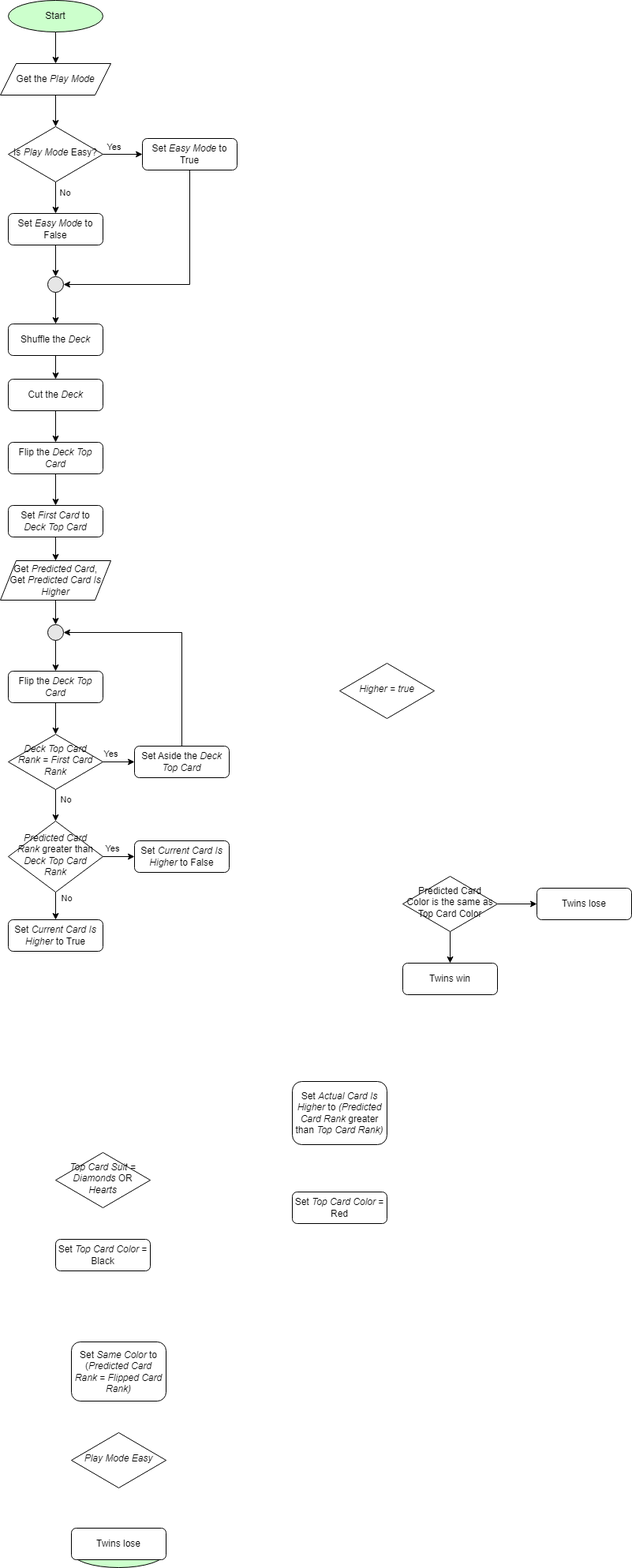
Before: Red_Black_High_Low.drawio.png, a diagram exported from draw.io (ferthelet/techlelevator). Source tidied: cells renumbered, new cells last; positions are measured from the earlier drawing's top-left corner, leaving out a move shared by most shapes.
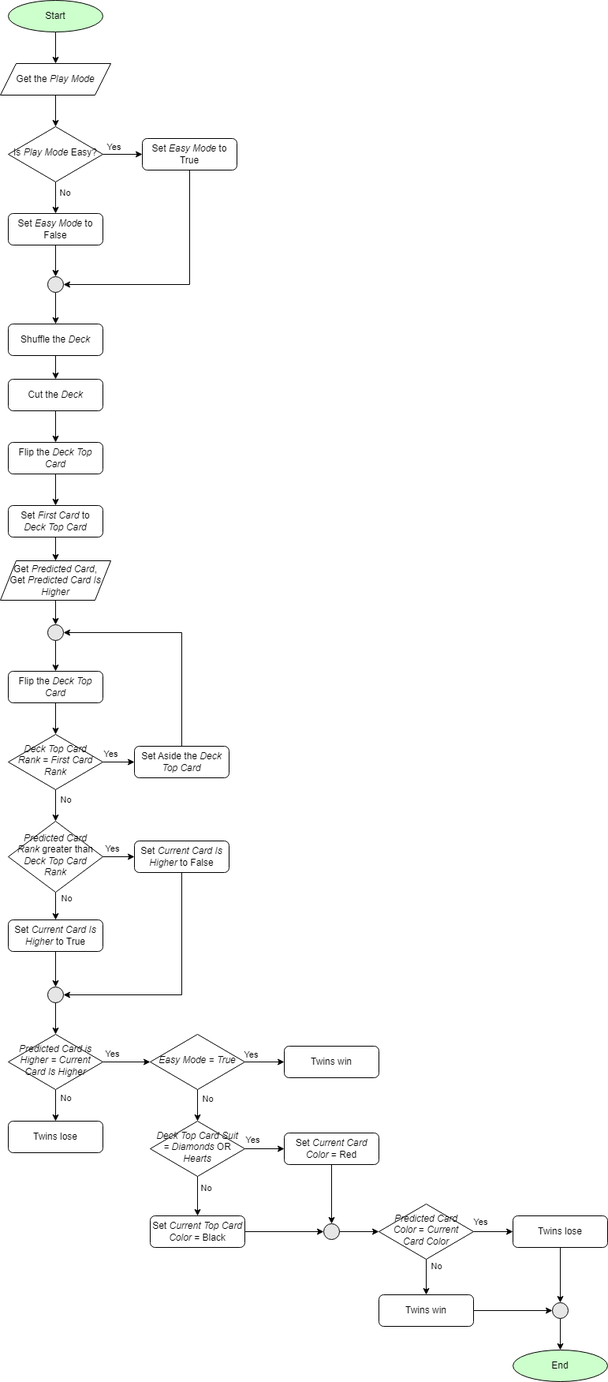
After the change.

What changed in the source:
```diff
@@ -82,23 +82,36 @@
     <mxCell id="25" value="Flip the &lt;i&gt;Deck Top Card&lt;/i&gt;" style="rounded=1;whiteSpace=wrap;html=1;fontSize=12;glass=0;strokeWidth=1;shadow=0;" parent="1" vertex="1">
       <mxGeometry x="10" y="850" width="120" height="40" as="geometry" />
     </mxCell>
-    <mxCell id="26" value="&lt;i&gt;Play Mode Easy&lt;/i&gt;" style="rhombus;whiteSpace=wrap;html=1;shadow=0;fontFamily=Helvetica;fontSize=12;align=center;strokeWidth=1;spacing=6;spacingTop=-4;" parent="1" vertex="1">
-      <mxGeometry x="90" y="1815" width="120" height="70" as="geometry" />
-    </mxCell>
+    <mxCell id="59" style="edgeStyle=orthogonalEdgeStyle;rounded=0;jettySize=auto;html=1;" parent="1" edge="1" source="27" target="87">
+      <mxGeometry relative="1" as="geometry" />
+    </mxCell>
     <mxCell id="27" value="Twins win" style="rounded=1;whiteSpace=wrap;html=1;fontSize=12;glass=0;strokeWidth=1;shadow=0;" parent="1" vertex="1">
-      <mxGeometry x="510" y="1220" width="120" height="40" as="geometry" />
+      <mxGeometry x="480" y="1640" width="120" height="40" as="geometry" />
     </mxCell>
     <mxCell id="28" style="edgeStyle=orthogonalEdgeStyle;rounded=0;jettySize=auto;html=1;" parent="1" edge="1" source="30" target="31">
       <mxGeometry relative="1" as="geometry" />
     </mxCell>
+    <mxCell id="60" value="Yes" style="edgeLabel;html=1;align=center;verticalAlign=middle;" parent="28" vertex="1">
+      <mxGeometry x="-0.08" y="-2" relative="1" as="geometry">
+        <mxPoint x="-15" y="-15" as="offset" />
+      </mxGeometry>
+    </mxCell>
     <mxCell id="29" style="edgeStyle=orthogonalEdgeStyle;rounded=0;jettySize=auto;html=1;" parent="1" edge="1" source="30" target="27">
       <mxGeometry relative="1" as="geometry" />
     </mxCell>
+    <mxCell id="61" value="No" style="edgeLabel;html=1;align=center;verticalAlign=middle;" parent="29" vertex="1">
+      <mxGeometry x="-0.56" y="-2" relative="1" as="geometry">
+        <mxPoint x="14" y="-2" as="offset" />
+      </mxGeometry>
+    </mxCell>
-    <mxCell id="30" value="Predicted Card Color is the same as Top Card Color" style="rhombus;whiteSpace=wrap;html=1;shadow=0;fontFamily=Helvetica;fontSize=12;align=center;strokeWidth=1;spacing=6;spacingTop=-4;" parent="1" vertex="1">
-      <mxGeometry x="510" y="1110" width="120" height="70" as="geometry" />
+    <mxCell id="30" value="&lt;i&gt;Predicted Card Color&lt;/i&gt; = &lt;i&gt;Current Card Color&lt;/i&gt;" style="rhombus;whiteSpace=wrap;html=1;shadow=0;fontFamily=Helvetica;fontSize=12;align=center;strokeWidth=1;spacing=6;spacingTop=-4;" parent="1" vertex="1">
+      <mxGeometry x="480" y="1525" width="120" height="70" as="geometry" />
     </mxCell>
+    <mxCell id="62" style="edgeStyle=orthogonalEdgeStyle;rounded=0;jettySize=auto;html=1;" parent="1" edge="1" source="31" target="87">
+      <mxGeometry relative="1" as="geometry" />
+    </mxCell>
     <mxCell id="31" value="Twins lose" style="rounded=1;whiteSpace=wrap;html=1;fontSize=12;glass=0;strokeWidth=1;shadow=0;" parent="1" vertex="1">
-      <mxGeometry x="680" y="1125" width="120" height="40" as="geometry" />
+      <mxGeometry x="650" y="1540" width="120" height="40" as="geometry" />
     </mxCell>
     <mxCell id="32" style="edgeStyle=orthogonalEdgeStyle;rounded=0;jettySize=auto;html=1;exitX=0.5;exitY=1;exitDx=0;exitDy=0;entryX=0.5;entryY=0;entryDx=0;entryDy=0;" parent="1" edge="1" source="33" target="24">
       <mxGeometry relative="1" as="geometry" />
@@ -131,38 +144,48 @@
     <mxCell id="40" style="ellipse;whiteSpace=wrap;html=1;fillColor=#E6E6E6;" parent="1" vertex="1">
       <mxGeometry x="60" y="791" width="20" height="20" as="geometry" />
     </mxCell>
-    <mxCell id="41" value="Start" style="ellipse;whiteSpace=wrap;html=1;fillColor=#CCFFCC;" parent="1" vertex="1">
-      <mxGeometry x="90" y="1946" width="120" height="40" as="geometry" />
+    <mxCell id="41" value="End" style="ellipse;whiteSpace=wrap;html=1;fillColor=#CCFFCC;" parent="1" vertex="1">
+      <mxGeometry x="650" y="1710" width="120" height="40" as="geometry" />
     </mxCell>
-    <mxCell id="42" value="Twins lose" style="rounded=1;whiteSpace=wrap;html=1;fontSize=12;glass=0;strokeWidth=1;shadow=0;" parent="1" vertex="1">
-      <mxGeometry x="90" y="1936" width="120" height="40" as="geometry" />
-    </mxCell>
     <mxCell id="43" style="edgeStyle=orthogonalEdgeStyle;rounded=0;jettySize=auto;html=1;exitX=0.5;exitY=1;exitDx=0;exitDy=0;" parent="1" edge="1" source="25" target="38">
       <mxGeometry relative="1" as="geometry" />
     </mxCell>
-    <mxCell id="44" value="&lt;i&gt;Higher = true&lt;/i&gt;" style="rhombus;whiteSpace=wrap;html=1;shadow=0;fontFamily=Helvetica;fontSize=12;align=center;strokeWidth=1;spacing=6;spacingTop=-4;" parent="1" vertex="1">
-      <mxGeometry x="430" y="840" width="120" height="70" as="geometry" />
-    </mxCell>
     <mxCell id="45" style="edgeStyle=orthogonalEdgeStyle;rounded=0;jettySize=auto;html=1;entryX=1;entryY=0.5;entryDx=0;entryDy=0;exitX=0.5;exitY=0;exitDx=0;exitDy=0;" parent="1" edge="1" source="46" target="40">
       <mxGeometry relative="1" as="geometry" />
     </mxCell>
     <mxCell id="46" value="Set Aside the&amp;nbsp;&lt;i&gt;Deck Top Card&lt;/i&gt;" style="rounded=1;whiteSpace=wrap;html=1;fontSize=12;glass=0;strokeWidth=1;shadow=0;" parent="1" vertex="1">
       <mxGeometry x="170" y="945" width="120" height="40" as="geometry" />
     </mxCell>
-    <mxCell id="47" value="Set &lt;i&gt;Actual Card&amp;nbsp;Is Higher&amp;nbsp;&lt;/i&gt;to&amp;nbsp;&lt;i&gt;(Predicted Card Rank&lt;/i&gt;&amp;nbsp;greater than &lt;i&gt;Top Card Rank)&lt;/i&gt;" style="rounded=1;whiteSpace=wrap;html=1;" parent="1" vertex="1">
-      <mxGeometry x="370" y="1370" width="120" height="80" as="geometry" />
-    </mxCell>
-    <mxCell id="48" value="Set &lt;i&gt;Same Color&lt;/i&gt; to (&lt;i&gt;Predicted Card Rank&lt;/i&gt;&amp;nbsp;= &lt;i&gt;Flipped Card Rank)&lt;/i&gt;" style="whiteSpace=wrap;html=1;rounded=1;" parent="1" vertex="1">
-      <mxGeometry x="90" y="1700" width="120" height="75" as="geometry" />
-    </mxCell>
+    <mxCell id="63" style="edgeStyle=orthogonalEdgeStyle;rounded=0;jettySize=auto;html=1;" parent="1" edge="1" source="49" target="50">
+      <mxGeometry relative="1" as="geometry" />
+    </mxCell>
+    <mxCell id="64" value="Yes" style="edgeLabel;html=1;align=center;verticalAlign=middle;" parent="63" vertex="1">
+      <mxGeometry x="-0.28" y="4" relative="1" as="geometry">
+        <mxPoint x="-9" y="-8" as="offset" />
+      </mxGeometry>
+    </mxCell>
+    <mxCell id="65" style="edgeStyle=orthogonalEdgeStyle;rounded=0;jettySize=auto;html=1;" parent="1" edge="1" source="49" target="51">
+      <mxGeometry relative="1" as="geometry" />
+    </mxCell>
+    <mxCell id="66" value="No" style="edgeLabel;html=1;align=center;verticalAlign=middle;" parent="65" vertex="1">
+      <mxGeometry y="3" relative="1" as="geometry">
+        <mxPoint x="7" y="-11" as="offset" />
+      </mxGeometry>
+    </mxCell>
-    <mxCell id="49" value="&lt;i&gt;Top Card Suit = Diamonds &lt;/i&gt;OR &lt;i&gt;Hearts&lt;/i&gt;" style="rhombus;whiteSpace=wrap;html=1;shadow=0;fontFamily=Helvetica;fontSize=12;align=center;strokeWidth=1;spacing=6;spacingTop=-4;" parent="1" vertex="1">
-      <mxGeometry x="70" y="1460" width="120" height="70" as="geometry" />
+    <mxCell id="49" value="&lt;i&gt;Deck Top Card Suit = Diamonds &lt;/i&gt;OR &lt;i&gt;Hearts&lt;/i&gt;" style="rhombus;whiteSpace=wrap;html=1;shadow=0;fontFamily=Helvetica;fontSize=12;align=center;strokeWidth=1;spacing=6;spacingTop=-4;" parent="1" vertex="1">
+      <mxGeometry x="190" y="1420" width="120" height="70" as="geometry" />
     </mxCell>
+    <mxCell id="67" style="edgeStyle=orthogonalEdgeStyle;rounded=0;jettySize=auto;html=1;" parent="1" edge="1" source="50" target="85">
+      <mxGeometry relative="1" as="geometry" />
+    </mxCell>
-    <mxCell id="50" value="Set &lt;i&gt;Top Card Color&lt;/i&gt; = Red" style="rounded=1;whiteSpace=wrap;html=1;fontSize=12;glass=0;strokeWidth=1;shadow=0;" parent="1" vertex="1">
-      <mxGeometry x="370" y="1510" width="120" height="40" as="geometry" />
+    <mxCell id="50" value="Set &lt;i&gt;Current Card Color&lt;/i&gt; = Red" style="rounded=1;whiteSpace=wrap;html=1;fontSize=12;glass=0;strokeWidth=1;shadow=0;" parent="1" vertex="1">
+      <mxGeometry x="360" y="1435" width="120" height="40" as="geometry" />
     </mxCell>
+    <mxCell id="68" style="edgeStyle=orthogonalEdgeStyle;rounded=0;jettySize=auto;html=1;" parent="1" edge="1" source="51" target="85">
+      <mxGeometry relative="1" as="geometry" />
+    </mxCell>
-    <mxCell id="51" value="Set &lt;i&gt;Top Card Color&lt;/i&gt; = Black" style="rounded=1;whiteSpace=wrap;html=1;fontSize=12;glass=0;strokeWidth=1;shadow=0;" parent="1" vertex="1">
-      <mxGeometry x="70" y="1570" width="120" height="40" as="geometry" />
+    <mxCell id="51" value="Set &lt;i&gt;Current&amp;nbsp;Top Card Color&lt;/i&gt; = Black" style="rounded=1;whiteSpace=wrap;html=1;fontSize=12;glass=0;strokeWidth=1;shadow=0;" parent="1" vertex="1">
+      <mxGeometry x="190" y="1540" width="120" height="40" as="geometry" />
     </mxCell>
     <mxCell id="52" style="edgeStyle=orthogonalEdgeStyle;rounded=0;jettySize=auto;html=1;" parent="1" edge="1" source="56" target="57">
       <mxGeometry relative="1" as="geometry" />
@@ -183,11 +206,79 @@
     <mxCell id="56" value="&lt;i&gt;Predicted Card Rank&lt;/i&gt;&amp;nbsp;greater than &lt;i&gt;Deck Top Card Rank&lt;/i&gt;" style="rhombus;whiteSpace=wrap;html=1;shadow=0;fontFamily=Helvetica;fontSize=12;align=center;strokeWidth=1;spacing=6;spacingTop=-4;" parent="1" vertex="1">
       <mxGeometry x="10" y="1040" width="120" height="90" as="geometry" />
     </mxCell>
+    <mxCell id="69" style="edgeStyle=orthogonalEdgeStyle;rounded=0;jettySize=auto;html=1;entryX=1;entryY=0.5;entryDx=0;entryDy=0;exitX=0.5;exitY=1;exitDx=0;exitDy=0;" parent="1" edge="1" source="57" target="72">
+      <mxGeometry relative="1" as="geometry" />
+    </mxCell>
     <mxCell id="57" value="Set&amp;nbsp;&lt;i&gt;Current Card&amp;nbsp;Is Higher &lt;/i&gt;to False" style="rounded=1;whiteSpace=wrap;html=1;fontSize=12;glass=0;strokeWidth=1;shadow=0;" parent="1" vertex="1">
       <mxGeometry x="170" y="1065" width="120" height="40" as="geometry" />
     </mxCell>
+    <mxCell id="70" style="edgeStyle=orthogonalEdgeStyle;rounded=0;jettySize=auto;html=1;" parent="1" edge="1" source="58" target="72">
+      <mxGeometry relative="1" as="geometry" />
+    </mxCell>
     <mxCell id="58" value="Set&amp;nbsp;&lt;i&gt;Current Card&amp;nbsp;Is Higher &lt;/i&gt;to True" style="rounded=1;whiteSpace=wrap;html=1;fontSize=12;glass=0;strokeWidth=1;shadow=0;" parent="1" vertex="1">
       <mxGeometry x="10" y="1165" width="120" height="40" as="geometry" />
     </mxCell>
+    <mxCell id="71" style="edgeStyle=orthogonalEdgeStyle;rounded=0;jettySize=auto;html=1;" parent="1" edge="1" source="72" target="77">
+      <mxGeometry relative="1" as="geometry" />
+    </mxCell>
+    <mxCell id="72" style="ellipse;whiteSpace=wrap;html=1;fillColor=#E6E6E6;" parent="1" vertex="1">
+      <mxGeometry x="60" y="1250" width="20" height="20" as="geometry" />
+    </mxCell>
+    <mxCell id="73" style="edgeStyle=orthogonalEdgeStyle;rounded=0;jettySize=auto;html=1;" parent="1" edge="1" source="77" target="82">
+      <mxGeometry relative="1" as="geometry" />
+    </mxCell>
+    <mxCell id="74" value="Yes" style="edgeLabel;html=1;align=center;verticalAlign=middle;" parent="73" vertex="1">
+      <mxGeometry x="-0.23" y="-2" relative="1" as="geometry">
+        <mxPoint x="-12" y="-13" as="offset" />
+      </mxGeometry>
+    </mxCell>
+    <mxCell id="75" style="edgeStyle=orthogonalEdgeStyle;rounded=0;jettySize=auto;html=1;" parent="1" edge="1" source="77" target="42">
+      <mxGeometry relative="1" as="geometry" />
+    </mxCell>
+    <mxCell id="76" value="No" style="edgeLabel;html=1;align=center;verticalAlign=middle;" parent="75" vertex="1">
+      <mxGeometry x="-0.2" y="-3" relative="1" as="geometry">
+        <mxPoint x="15" y="-6" as="offset" />
+      </mxGeometry>
+    </mxCell>
+    <mxCell id="77" value="&lt;i&gt;Predicted Card is Higher = Current Card Is Higher&lt;/i&gt;" style="rhombus;whiteSpace=wrap;html=1;shadow=0;fontFamily=Helvetica;fontSize=12;align=center;strokeWidth=1;spacing=6;spacingTop=-4;" parent="1" vertex="1">
+      <mxGeometry x="10" y="1310" width="120" height="70" as="geometry" />
+    </mxCell>
+    <mxCell id="78" style="edgeStyle=orthogonalEdgeStyle;rounded=0;jettySize=auto;html=1;" parent="1" edge="1" source="82" target="83">
+      <mxGeometry relative="1" as="geometry" />
+    </mxCell>
+    <mxCell id="79" value="Yes" style="edgeLabel;html=1;align=center;verticalAlign=middle;" parent="78" vertex="1">
+      <mxGeometry x="-0.3" y="4" relative="1" as="geometry">
+        <mxPoint x="-11" y="-6" as="offset" />
+      </mxGeometry>
+    </mxCell>
+    <mxCell id="80" style="edgeStyle=orthogonalEdgeStyle;rounded=0;jettySize=auto;html=1;" parent="1" edge="1" source="82" target="49">
+      <mxGeometry relative="1" as="geometry" />
+    </mxCell>
+    <mxCell id="81" value="No" style="edgeLabel;html=1;align=center;verticalAlign=middle;" parent="80" vertex="1">
+      <mxGeometry x="-0.05" relative="1" as="geometry">
+        <mxPoint x="12" y="-8" as="offset" />
+      </mxGeometry>
+    </mxCell>
+    <mxCell id="82" value="&lt;i&gt;Easy Mode = True&lt;/i&gt;" style="rhombus;whiteSpace=wrap;html=1;shadow=0;fontFamily=Helvetica;fontSize=12;align=center;strokeWidth=1;spacing=6;spacingTop=-4;" parent="1" vertex="1">
+      <mxGeometry x="190" y="1310" width="120" height="70" as="geometry" />
+    </mxCell>
+    <mxCell id="83" value="Twins win" style="rounded=1;whiteSpace=wrap;html=1;fontSize=12;glass=0;strokeWidth=1;shadow=0;" parent="1" vertex="1">
+      <mxGeometry x="360" y="1325" width="120" height="40" as="geometry" />
+    </mxCell>
+    <mxCell id="42" value="Twins lose" style="rounded=1;whiteSpace=wrap;html=1;fontSize=12;glass=0;strokeWidth=1;shadow=0;" parent="1" vertex="1">
+      <mxGeometry x="10" y="1420" width="120" height="40" as="geometry" />
+    </mxCell>
+    <mxCell id="84" style="edgeStyle=orthogonalEdgeStyle;rounded=0;jettySize=auto;html=1;" parent="1" edge="1" source="85" target="30">
+      <mxGeometry relative="1" as="geometry" />
+    </mxCell>
+    <mxCell id="85" style="ellipse;whiteSpace=wrap;html=1;fillColor=#E6E6E6;" parent="1" vertex="1">
+      <mxGeometry x="410" y="1550" width="20" height="20" as="geometry" />
+    </mxCell>
+    <mxCell id="86" style="edgeStyle=orthogonalEdgeStyle;rounded=0;jettySize=auto;html=1;" parent="1" edge="1" source="87" target="41">
+      <mxGeometry relative="1" as="geometry" />
+    </mxCell>
+    <mxCell id="87" style="ellipse;whiteSpace=wrap;html=1;fillColor=#E6E6E6;" parent="1" vertex="1">
+      <mxGeometry x="700" y="1650" width="20" height="20" as="geometry" />
+    </mxCell>
   </root>
 </mxGraphModel>
```
